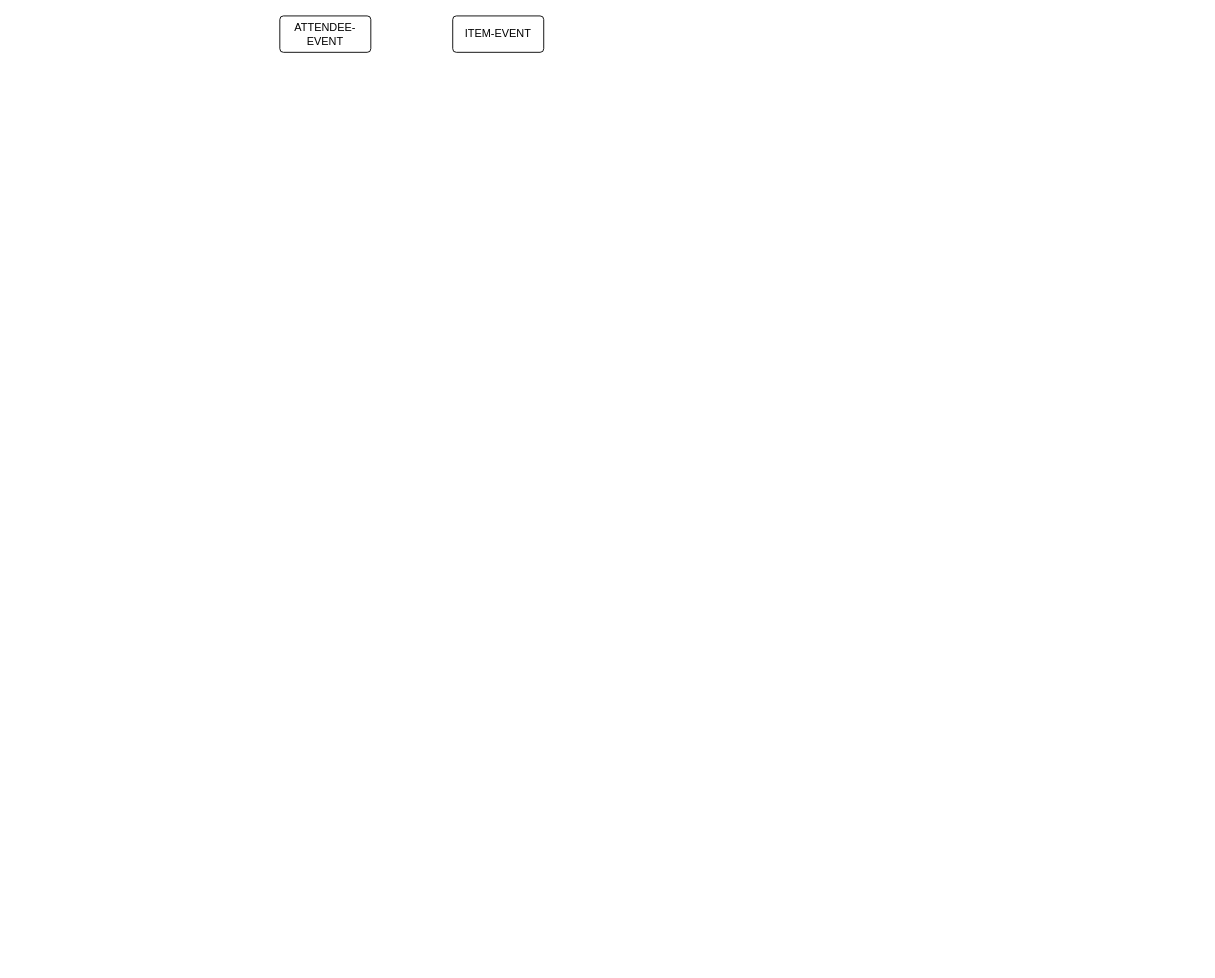
Earlier version of the draw.io diagram SecuringFundingER.drawio (MigLyons/Draw.io). Source tidied: cells renumbered, new cells numbered last; positions are measured from the earlier drawing's top-left corner, leaving out a move shared by most shapes. Both pictures are drawn from the tidied source at 91%, with x=0, y=0 at pixel (279, 15).
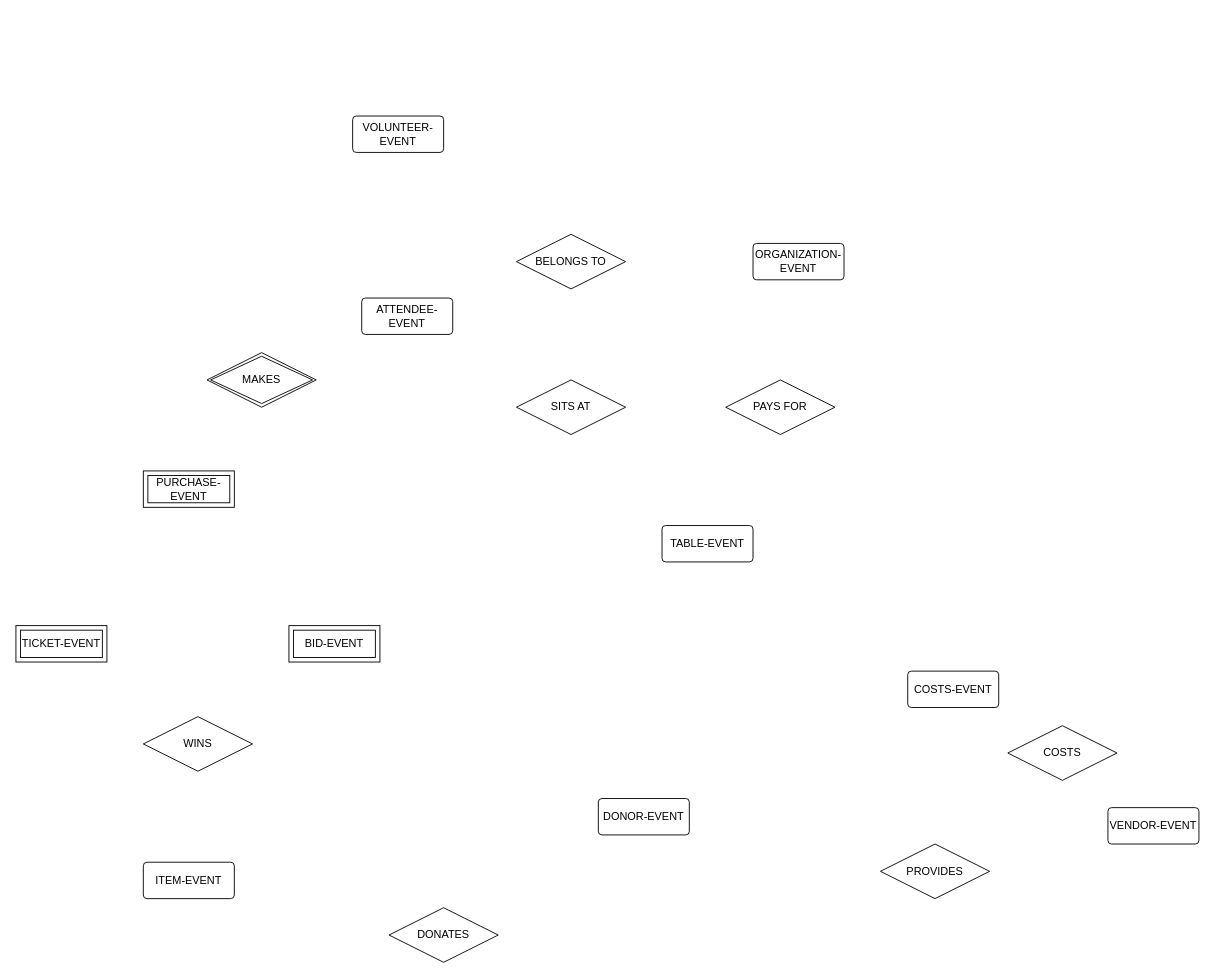
The same page after the edit.

The edit, as a diff of the source:
```diff
@@
     <mxCell id="2" value="ATTENDEE-EVENT" style="rounded=1;arcSize=10;whiteSpace=wrap;html=1;align=center;" parent="1" vertex="1">
-      <mxGeometry width="100" height="40" as="geometry" />
+      <mxGeometry x="90" y="310" width="100" height="40" as="geometry" />
     </mxCell>
     <mxCell id="3" value="ITEM-EVENT" style="rounded=1;arcSize=10;whiteSpace=wrap;html=1;align=center;" parent="1" vertex="1">
-      <mxGeometry x="190" width="100" height="40" as="geometry" />
+      <mxGeometry x="-150" y="930" width="100" height="40" as="geometry" />
     </mxCell>
+    <mxCell id="4" value="TABLE-EVENT" style="rounded=1;arcSize=10;whiteSpace=wrap;html=1;align=center;" parent="1" vertex="1">
+      <mxGeometry x="420" y="560" width="100" height="40" as="geometry" />
+    </mxCell>
+    <mxCell id="5" value="VOLUNTEER-EVENT" style="rounded=1;arcSize=10;whiteSpace=wrap;html=1;align=center;" parent="1" vertex="1">
+      <mxGeometry x="80" y="110" width="100" height="40" as="geometry" />
+    </mxCell>
+    <mxCell id="6" value="DONOR-EVENT" style="rounded=1;arcSize=10;whiteSpace=wrap;html=1;align=center;" parent="1" vertex="1">
+      <mxGeometry x="350" y="860" width="100" height="40" as="geometry" />
+    </mxCell>
+    <mxCell id="7" value="VENDOR-EVENT" style="rounded=1;arcSize=10;whiteSpace=wrap;html=1;align=center;" parent="1" vertex="1">
+      <mxGeometry x="910" y="870" width="100" height="40" as="geometry" />
+    </mxCell>
+    <mxCell id="8" value="ORGANIZATION-EVENT" style="rounded=1;arcSize=10;whiteSpace=wrap;html=1;align=center;" parent="1" vertex="1">
+      <mxGeometry x="520" y="250" width="100" height="40" as="geometry" />
+    </mxCell>
+    <mxCell id="9" value="COSTS-EVENT" style="rounded=1;arcSize=10;whiteSpace=wrap;html=1;align=center;" parent="1" vertex="1">
+      <mxGeometry x="690" y="720" width="100" height="40" as="geometry" />
+    </mxCell>
+    <mxCell id="10" value="PURCHASE-EVENT" style="shape=ext;margin=3;double=1;whiteSpace=wrap;html=1;align=center;" parent="1" vertex="1">
+      <mxGeometry x="-150" y="500" width="100" height="40" as="geometry" />
+    </mxCell>
+    <mxCell id="11" value="TICKET-EVENT" style="shape=ext;margin=3;double=1;whiteSpace=wrap;html=1;align=center;" parent="1" vertex="1">
+      <mxGeometry x="-290" y="670" width="100" height="40" as="geometry" />
+    </mxCell>
+    <mxCell id="12" value="BID-EVENT" style="shape=ext;margin=3;double=1;whiteSpace=wrap;html=1;align=center;" parent="1" vertex="1">
+      <mxGeometry x="10" y="670" width="100" height="40" as="geometry" />
+    </mxCell>
+    <mxCell id="13" value="SITS AT" style="shape=rhombus;perimeter=rhombusPerimeter;whiteSpace=wrap;html=1;align=center;" parent="1" vertex="1">
+      <mxGeometry x="260" y="400" width="120" height="60" as="geometry" />
+    </mxCell>
+    <mxCell id="14" value="BELONGS TO" style="shape=rhombus;perimeter=rhombusPerimeter;whiteSpace=wrap;html=1;align=center;" parent="1" vertex="1">
+      <mxGeometry x="260" y="240" width="120" height="60" as="geometry" />
+    </mxCell>
+    <mxCell id="15" value="COSTS" style="shape=rhombus;perimeter=rhombusPerimeter;whiteSpace=wrap;html=1;align=center;" parent="1" vertex="1">
+      <mxGeometry x="800" y="780" width="120" height="60" as="geometry" />
+    </mxCell>
+    <mxCell id="16" value="DONATES" style="shape=rhombus;perimeter=rhombusPerimeter;whiteSpace=wrap;html=1;align=center;" parent="1" vertex="1">
+      <mxGeometry x="120" y="980" width="120" height="60" as="geometry" />
+    </mxCell>
+    <mxCell id="17" value="PROVIDES" style="shape=rhombus;perimeter=rhombusPerimeter;whiteSpace=wrap;html=1;align=center;" parent="1" vertex="1">
+      <mxGeometry x="660" y="910" width="120" height="60" as="geometry" />
+    </mxCell>
+    <mxCell id="18" value="PAYS FOR" style="shape=rhombus;perimeter=rhombusPerimeter;whiteSpace=wrap;html=1;align=center;" parent="1" vertex="1">
+      <mxGeometry x="490" y="400" width="120" height="60" as="geometry" />
+    </mxCell>
+    <mxCell id="19" value="MAKES" style="shape=rhombus;double=1;perimeter=rhombusPerimeter;whiteSpace=wrap;html=1;align=center;" parent="1" vertex="1">
+      <mxGeometry x="-80" y="370" width="120" height="60" as="geometry" />
+    </mxCell>
+    <mxCell id="20" value="WINS" style="shape=rhombus;perimeter=rhombusPerimeter;whiteSpace=wrap;html=1;align=center;" parent="1" vertex="1">
+      <mxGeometry x="-150" y="770" width="120" height="60" as="geometry" />
+    </mxCell>
```
